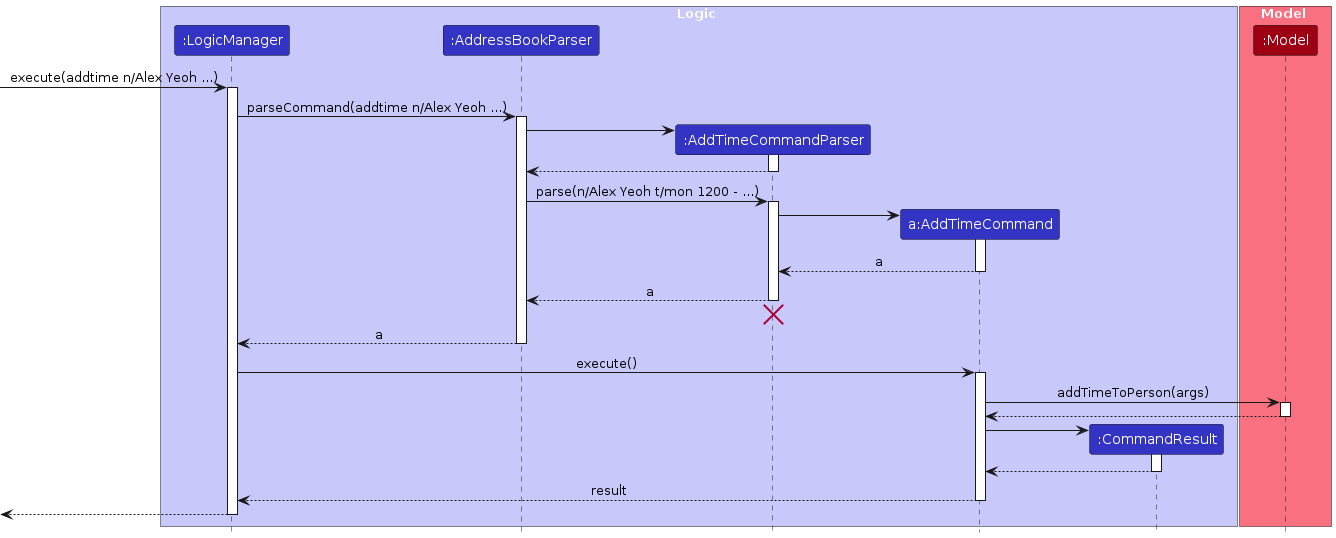
This is diagrams/AddTimeSequenceDiagram.png from AY2324S1-CS2103T-T10-3/tp, a PlantUML export, as it was before one commit. Its source is kept beside it as diagrams/AddTimeSequenceDiagram.puml. Its diagram source:
```plantuml
@startuml
!include style.puml
skinparam ArrowFontStyle plain

box Logic LOGIC_COLOR_T1
participant ":LogicManager" as LogicManager LOGIC_COLOR
participant ":AddressBookParser" as AddressBookParser LOGIC_COLOR
participant ":AddTimeCommandParser" as AddTimeCommandParser LOGIC_COLOR
participant "a:AddTimeCommand" as AddTimeCommand LOGIC_COLOR
participant ":CommandResult" as CommandResult LOGIC_COLOR
end box

box Model MODEL_COLOR_T1
participant ":Model" as Model MODEL_COLOR
end box

[-> LogicManager : execute(addtime n/Alex Yeoh ...)
activate LogicManager

LogicManager -> AddressBookParser : parseCommand(addtime n/Alex Yeoh ...)
activate AddressBookParser

create AddTimeCommandParser
AddressBookParser -> AddTimeCommandParser
activate AddTimeCommandParser

AddTimeCommandParser --> AddressBookParser
deactivate AddTimeCommandParser

AddressBookParser -> AddTimeCommandParser : parse(n/Alex Yeoh t/mon 1200 - ...)
activate AddTimeCommandParser

Create AddTimeCommand
AddTimeCommandParser -> AddTimeCommand
activate AddTimeCommand

AddTimeCommand --> AddTimeCommandParser : a
deactivate AddTimeCommand

AddTimeCommandParser --> AddressBookParser : a
deactivate AddTimeCommandParser
AddTimeCommandParser -[hidden]-> AddressBookParser
destroy AddTimeCommandParser

AddressBookParser --> LogicManager : a
deactivate AddressBookParser

LogicManager -> AddTimeCommand : execute()
activate AddTimeCommand

AddTimeCommand -> Model : addTimeToPerson(args)
activate Model

Model --> AddTimeCommand
deactivate Model

create CommandResult
AddTimeCommand -> CommandResult
activate CommandResult

CommandResult --> AddTimeCommand
deactivate CommandResult

AddTimeCommand --> LogicManager : result
deactivate AddTimeCommand
[<--LogicManager
deactivate LogicManager

@enduml
```
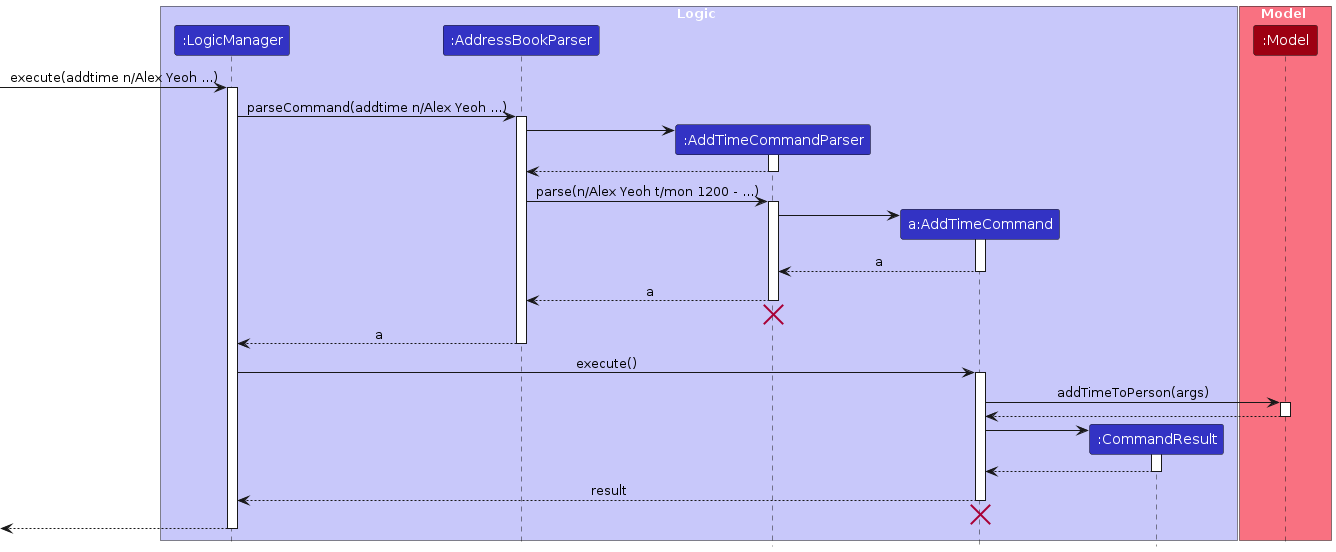
Later version of the same file.

Diff of the diagram source:
```diff
@@ -63,6 +63,10 @@
 
 AddTimeCommand --> LogicManager : result
 deactivate AddTimeCommand
+
+AddTimeCommand -[hidden]-> AddressBookParser
+destroy AddTimeCommand
+
 [<--LogicManager
 deactivate LogicManager
 
```
